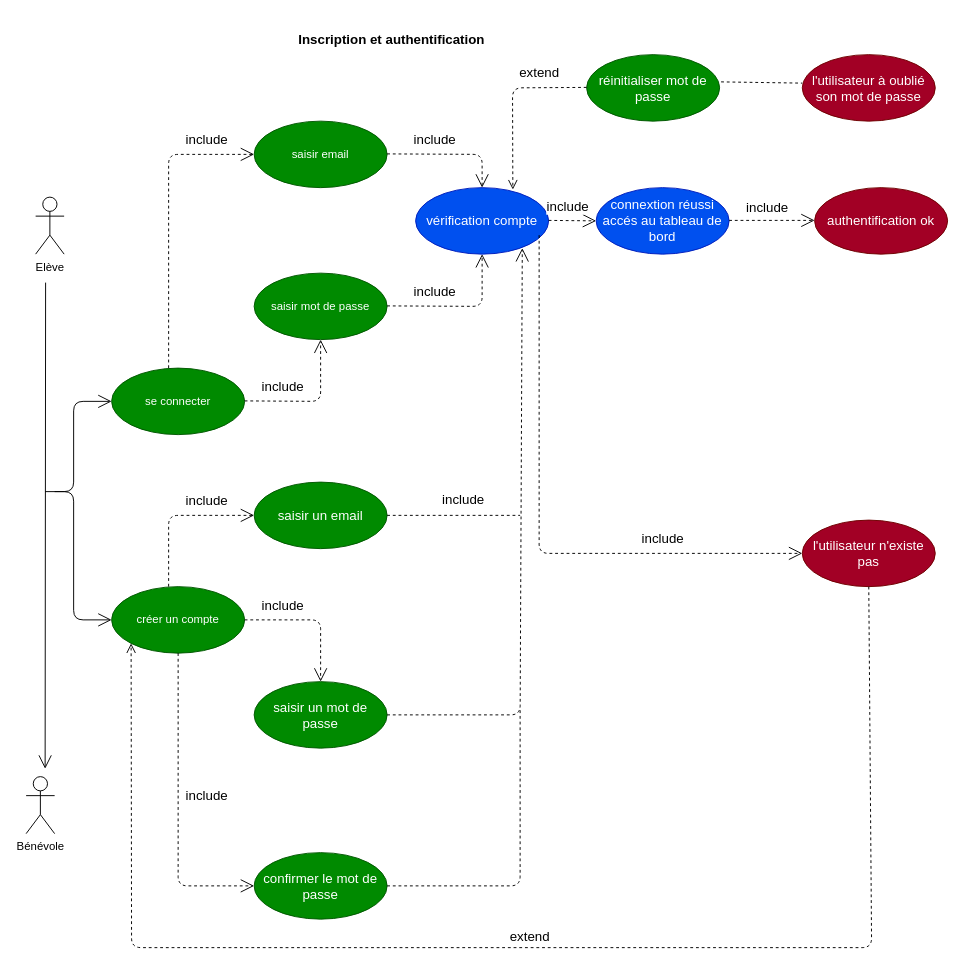
Before: diagrammes-cas-usage/inscription.drawio in GuillaumeSere/GuillaumeSere_10_09022022, a draw.io diagram. Source tidied: cells renumbered, new cells numbered last; positions are measured from the earlier drawing's top-left corner, leaving out a move shared by most shapes. Both pictures are drawn from the tidied source at 95%, with x=0, y=0 at pixel (26, 26).
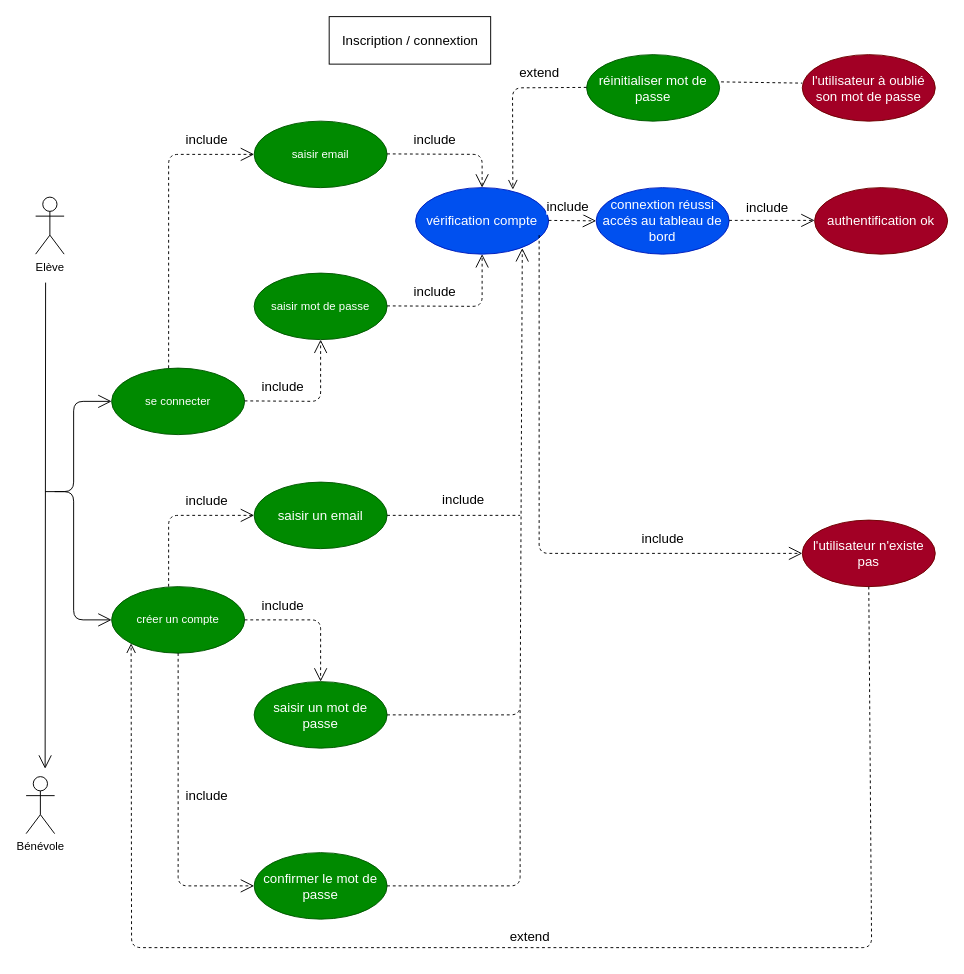
The same page after the edit.

Commit message (it also covers changes not shown here):
diagrammes-tchat

What changed in the source:
```diff
@@
-    <mxCell id="3" value="Inscription et authentification" style="text;align=center;fontStyle=1;verticalAlign=middle;spacingLeft=3;spacingRight=3;strokeColor=none;fontSize=14;" parent="1" vertex="1">
-      <mxGeometry x="350" width="70" height="26" as="geometry" />
-    </mxCell>
@@
+    <mxCell id="37" value="Inscription / connextion" style="html=1;fontSize=14;" parent="1" vertex="1">
+      <mxGeometry x="319" y="-10" width="170" height="50" as="geometry" />
+    </mxCell>
```
